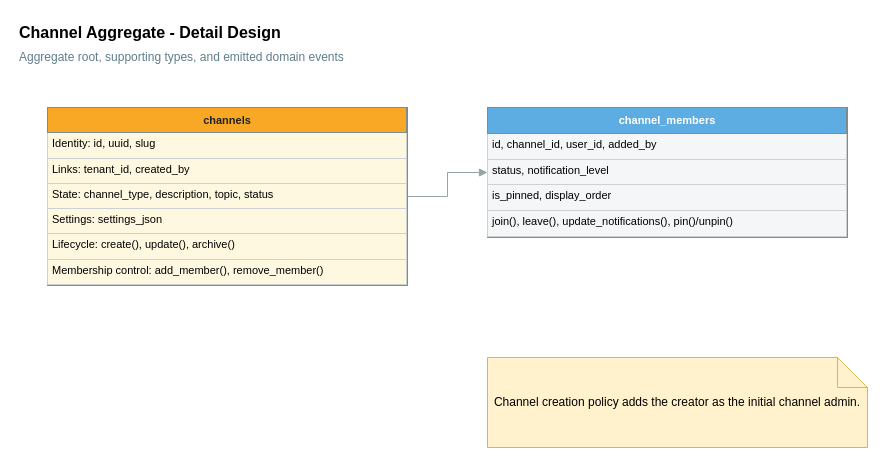
Above: docs/tatical/aggregate/04_channel_agg.drawio in NFMU/app-design (draw.io), before the change. Source tidied: cells renumbered, new cells numbered last; positions are measured from the earlier drawing's top-left corner, leaving out a move shared by most shapes. Both pictures are drawn from the tidied source at 100%, with x=0, y=0 at pixel (17, 17).
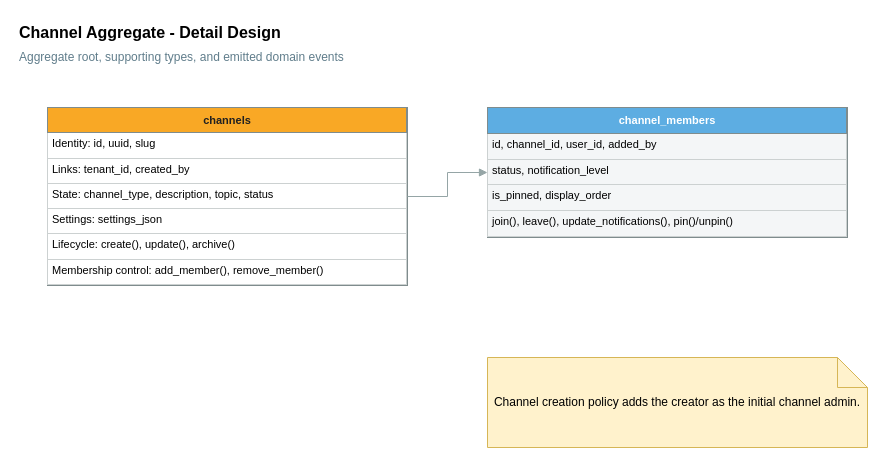
After the change.

Change to the diagram source:
```diff
@@
 <mxGraphModel>
   <root>
     <mxCell id="0" />
     <mxCell id="1" parent="0" />
     <mxCell id="2" value="Channel Aggregate - Detail Design" style="text;html=1;strokeColor=none;fillColor=none;align=left;verticalAlign=middle;fontSize=16;fontStyle=1;" parent="1" vertex="1">
       <mxGeometry width="640" height="30" as="geometry" />
     </mxCell>
     <mxCell id="3" value="Aggregate root, supporting types, and emitted domain events" style="text;html=1;strokeColor=none;fillColor=none;align=left;verticalAlign=middle;fontSize=12;fontColor=#607D8B;" parent="1" vertex="1">
       <mxGeometry y="28" width="620" height="24" as="geometry" />
     </mxCell>
-    <mxCell id="4" value="&lt;table style=&quot;width:100%;height:100%;border-collapse:collapse;font-size:11px;font-family:Arial;&quot;&gt;&lt;tr&gt;&lt;td style=&quot;background:#F9A825;color:#212121;font-weight:bold;text-align:center;border:1px solid #7F8C8D;padding:4px;&quot;&gt;channels&lt;/td&gt;&lt;/tr&gt;&lt;tr&gt;&lt;td style=&quot;border:1px solid #CCD1D1;background:#FFF8E1;padding:4px;vertical-align:top;&quot;&gt;Identity: id, uuid, slug&lt;/td&gt;&lt;/tr&gt;&lt;tr&gt;&lt;td style=&quot;border:1px solid #CCD1D1;background:#FFF8E1;padding:4px;vertical-align:top;&quot;&gt;Links: tenant_id, created_by&lt;/td&gt;&lt;/tr&gt;&lt;tr&gt;&lt;td style=&quot;border:1px solid #CCD1D1;background:#FFF8E1;padding:4px;vertical-align:top;&quot;&gt;State: channel_type, description, topic, status&lt;/td&gt;&lt;/tr&gt;&lt;tr&gt;&lt;td style=&quot;border:1px solid #CCD1D1;background:#FFF8E1;padding:4px;vertical-align:top;&quot;&gt;Settings: settings_json&lt;/td&gt;&lt;/tr&gt;&lt;tr&gt;&lt;td style=&quot;border:1px solid #CCD1D1;background:#FFF8E1;padding:4px;vertical-align:top;&quot;&gt;Lifecycle: create(), update(), archive()&lt;/td&gt;&lt;/tr&gt;&lt;tr&gt;&lt;td style=&quot;border:1px solid #CCD1D1;background:#FFF8E1;padding:4px;vertical-align:top;&quot;&gt;Membership control: add_member(), remove_member()&lt;/td&gt;&lt;/tr&gt;&lt;/table&gt;" style="rounded=0;whiteSpace=wrap;html=1;align=left;verticalAlign=top;spacing=0;fillColor=#FFFFFF;strokeColor=#7F8C8D;overflow=fill;" parent="1" vertex="1">
+    <mxCell id="4" value="&lt;table style=&quot;width:100%;height:100%;border-collapse:collapse;font-size:11px;font-family:Arial;&quot;&gt;&lt;tr&gt;&lt;td style=&quot;background:#F9A825;color:#212121;font-weight:bold;text-align:center;border:1px solid #7F8C8D;padding:4px;&quot;&gt;channels&lt;/td&gt;&lt;/tr&gt;&lt;tr&gt;&lt;td style=&quot;border:1px solid #CCD1D1;background:#FFFFFF;padding:4px;vertical-align:top;&quot;&gt;Identity: id, uuid, slug&lt;/td&gt;&lt;/tr&gt;&lt;tr&gt;&lt;td style=&quot;border:1px solid #CCD1D1;background:#FFFFFF;padding:4px;vertical-align:top;&quot;&gt;Links: tenant_id, created_by&lt;/td&gt;&lt;/tr&gt;&lt;tr&gt;&lt;td style=&quot;border:1px solid #CCD1D1;background:#FFFFFF;padding:4px;vertical-align:top;&quot;&gt;State: channel_type, description, topic, status&lt;/td&gt;&lt;/tr&gt;&lt;tr&gt;&lt;td style=&quot;border:1px solid #CCD1D1;background:#FFFFFF;padding:4px;vertical-align:top;&quot;&gt;Settings: settings_json&lt;/td&gt;&lt;/tr&gt;&lt;tr&gt;&lt;td style=&quot;border:1px solid #CCD1D1;background:#FFFFFF;padding:4px;vertical-align:top;&quot;&gt;Lifecycle: create(), update(), archive()&lt;/td&gt;&lt;/tr&gt;&lt;tr&gt;&lt;td style=&quot;border:1px solid #CCD1D1;background:#FFFFFF;padding:4px;vertical-align:top;&quot;&gt;Membership control: add_member(), remove_member()&lt;/td&gt;&lt;/tr&gt;&lt;/table&gt;" style="rounded=0;whiteSpace=wrap;html=1;align=left;verticalAlign=top;spacing=0;fillColor=#FFFFFF;strokeColor=#7F8C8D;overflow=fill;" parent="1" vertex="1">
       <mxGeometry x="30" y="90" width="360" height="178" as="geometry" />
     </mxCell>
     <mxCell id="5" value="&lt;table style=&quot;width:100%;height:100%;border-collapse:collapse;font-size:11px;font-family:Arial;&quot;&gt;&lt;tr&gt;&lt;td style=&quot;background:#5DADE2;color:#FFFFFF;font-weight:bold;text-align:center;border:1px solid #7F8C8D;padding:4px;&quot;&gt;channel_members&lt;/td&gt;&lt;/tr&gt;&lt;tr&gt;&lt;td style=&quot;border:1px solid #CCD1D1;background:#F4F6F7;padding:4px;vertical-align:top;&quot;&gt;id, channel_id, user_id, added_by&lt;/td&gt;&lt;/tr&gt;&lt;tr&gt;&lt;td style=&quot;border:1px solid #CCD1D1;background:#F4F6F7;padding:4px;vertical-align:top;&quot;&gt;status, notification_level&lt;/td&gt;&lt;/tr&gt;&lt;tr&gt;&lt;td style=&quot;border:1px solid #CCD1D1;background:#F4F6F7;padding:4px;vertical-align:top;&quot;&gt;is_pinned, display_order&lt;/td&gt;&lt;/tr&gt;&lt;tr&gt;&lt;td style=&quot;border:1px solid #CCD1D1;background:#F4F6F7;padding:4px;vertical-align:top;&quot;&gt;join(), leave(), update_notifications(), pin()/unpin()&lt;/td&gt;&lt;/tr&gt;&lt;/table&gt;" style="rounded=0;whiteSpace=wrap;html=1;align=left;verticalAlign=top;spacing=0;fillColor=#FFFFFF;strokeColor=#7F8C8D;overflow=fill;" parent="1" vertex="1">
       <mxGeometry x="470" y="90" width="360" height="130" as="geometry" />
     </mxCell>
     <mxCell id="6" style="edgeStyle=orthogonalEdgeStyle;rounded=0;curved=0;jettySize=auto;html=1;strokeColor=#95A5A6;endArrow=block;endFill=1;" parent="1" edge="1" source="4" target="5">
       <mxGeometry relative="1" as="geometry" />
     </mxCell>
     <mxCell id="7" value="Channel creation policy adds the creator as the initial channel admin." style="shape=note;whiteSpace=wrap;html=1;fillColor=#FFF2CC;strokeColor=#D6B656;" parent="1" vertex="1">
       <mxGeometry x="470" y="340" width="380" height="90" as="geometry" />
     </mxCell>
   </root>
 </mxGraphModel>
```
